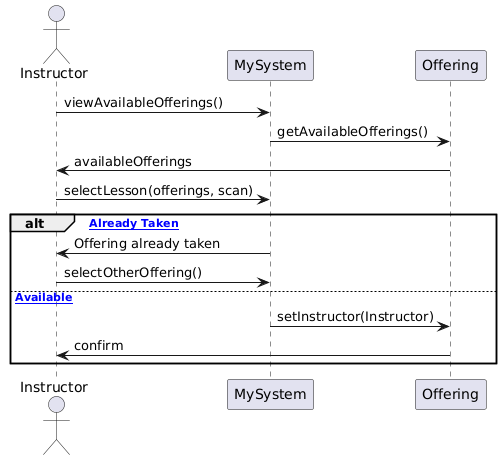
Above: Diagrams/UML_InteractionDiagrams/InstructorSelectsLesson.png in ABALkhabbaz/LessonSchedulingSystem (PlantUML), before the change.
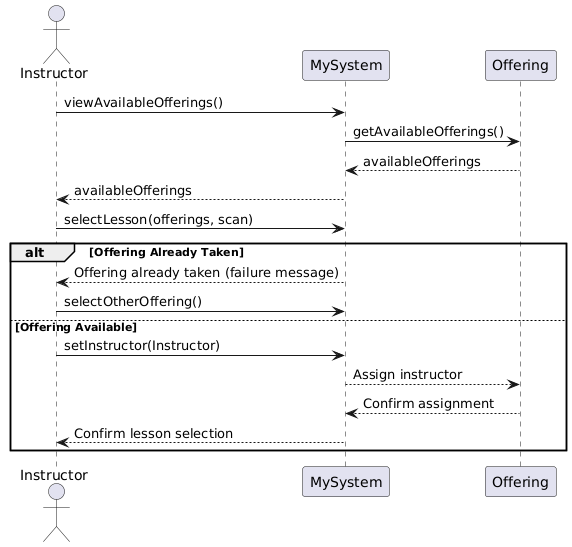
Above is the later version.

Change to the diagram source:
```diff
@@ -2,13 +2,16 @@
 actor Instructor
 Instructor -> MySystem: viewAvailableOfferings()
 MySystem -> Offering: getAvailableOfferings()
-Offering -> Instructor: availableOfferings
+Offering --> MySystem: availableOfferings
+MySystem --> Instructor: availableOfferings
 Instructor -> MySystem: selectLesson(offerings, scan)
-alt [Offering Already Taken]
-    MySystem -> Instructor: Offering already taken
+alt Offering Already Taken
+    MySystem --> Instructor: Offering already taken (failure message)
     Instructor -> MySystem: selectOtherOffering()
-else [Offering Available]
-    MySystem -> Offering: setInstructor(Instructor)
-    Offering -> Instructor: confirm
+else Offering Available
+    Instructor -> MySystem: setInstructor(Instructor)
+    MySystem --> Offering: Assign instructor
+    Offering --> MySystem: Confirm assignment
+    MySystem --> Instructor: Confirm lesson selection
 end
 @enduml
```
